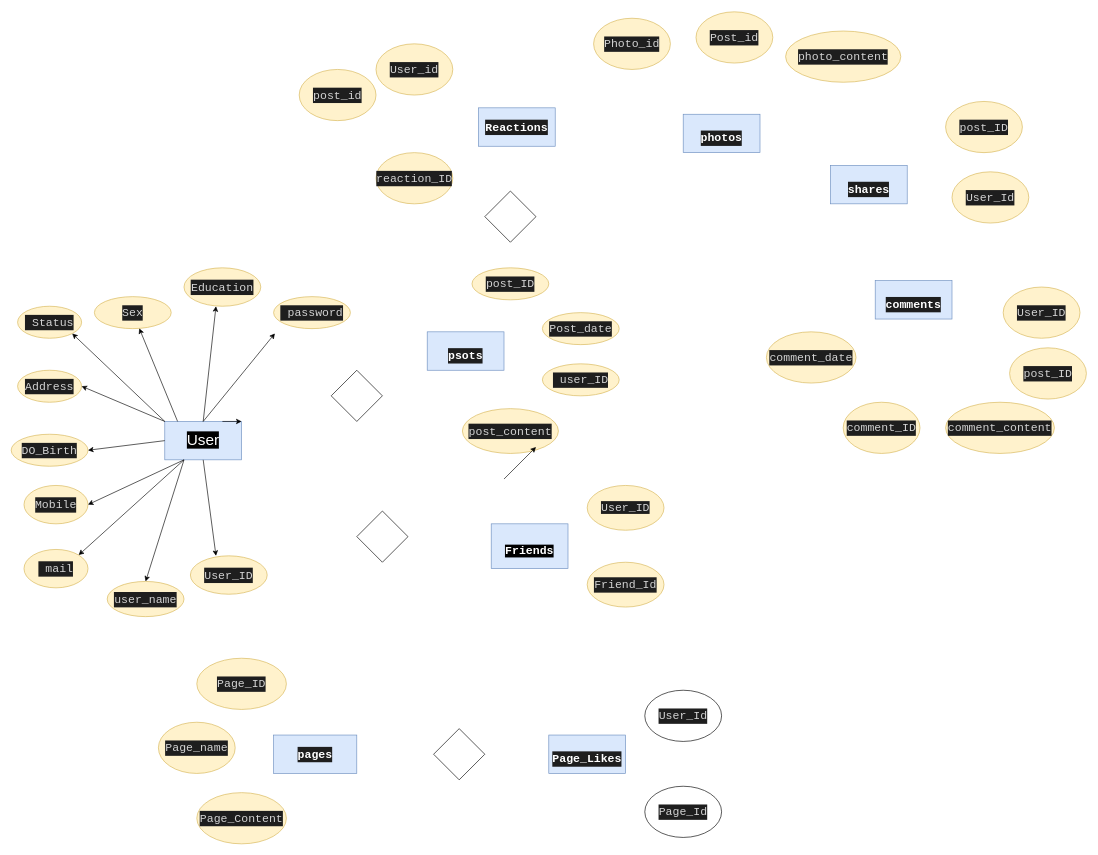
Before: weyou/Untitled Diagram.drawio in elarabyelaidy19/database_of_databases, a draw.io diagram. Source tidied: cells renumbered, new cells numbered last; positions are measured from the earlier drawing's top-left corner, leaving out a move shared by most shapes. Both pictures are drawn from the tidied source at 64%, with x=0, y=0 at pixel (11, 12).
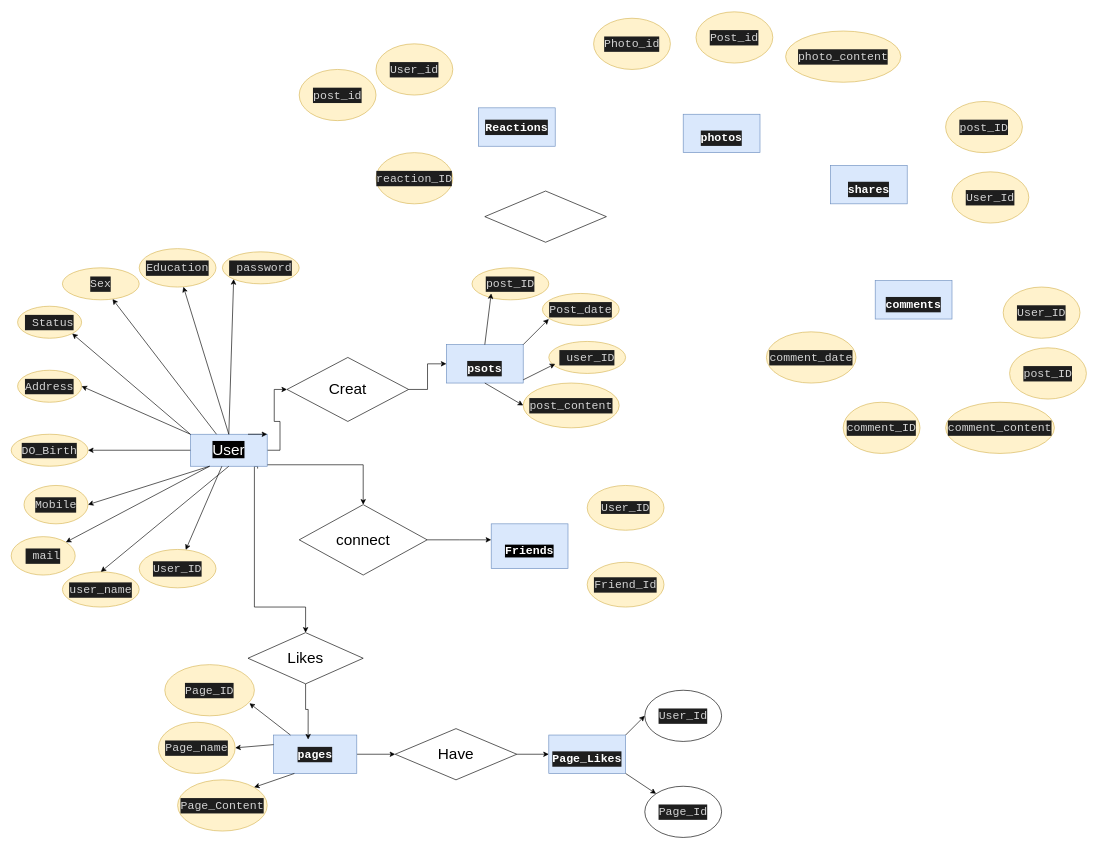
The same page after the edit.

Unchanged cells that the change refers to:
```xml
<mxCell id="3" value="&lt;font color=&quot;#ffffff&quot;&gt;&lt;br&gt;&lt;br&gt;&lt;/font&gt;&lt;div style=&quot;background-color: rgb(30 , 30 , 30) ; font-family: &amp;#34;consolas&amp;#34; , &amp;#34;courier new&amp;#34; , monospace ; font-weight: normal ; font-size: 18px ; line-height: 24px&quot;&gt;&lt;div&gt;&lt;span style=&quot;font-weight: bold&quot;&gt;&lt;font color=&quot;#ffffff&quot;&gt;Page_Likes&lt;/font&gt;&lt;/span&gt;&lt;/div&gt;&lt;/div&gt;&lt;font color=&quot;#ffffff&quot;&gt;&lt;br&gt;&lt;/font&gt;" style="rounded=0;whiteSpace=wrap;html=1;fillColor=#dae8fc;strokeColor=#6c8ebf;" parent="1" vertex="1">
  <mxGeometry x="840" y="1130" width="120" height="60" as="geometry" />
</mxCell>
<mxCell id="6" value="&lt;div style=&quot;background-color: rgb(30 , 30 , 30) ; font-family: &amp;#34;consolas&amp;#34; , &amp;#34;courier new&amp;#34; , monospace ; font-size: 18px ; line-height: 24px&quot;&gt;&lt;span style=&quot;font-weight: bold&quot;&gt;&lt;font color=&quot;#ffffff&quot;&gt;pages&lt;/font&gt;&lt;/span&gt;&lt;/div&gt;" style="rounded=0;whiteSpace=wrap;html=1;fillColor=#dae8fc;strokeColor=#6c8ebf;" parent="1" vertex="1">
  <mxGeometry x="410" y="1130" width="130" height="60" as="geometry" />
</mxCell>
<mxCell id="13" value="&#10;&#10;&lt;div style=&quot;color: rgb(212, 212, 212); background-color: rgb(30, 30, 30); font-family: consolas, &amp;quot;courier new&amp;quot;, monospace; font-weight: normal; font-size: 18px; line-height: 24px;&quot;&gt;&lt;div&gt;&lt;span style=&quot;color: #d4d4d4&quot;&gt;DO_Birth&lt;/span&gt;&lt;/div&gt;&lt;/div&gt;&#10;&#10;" style="ellipse;whiteSpace=wrap;html=1;fillColor=#fff2cc;strokeColor=#d6b656;" parent="1" vertex="1">
  <mxGeometry y="660" width="120" height="50" as="geometry" />
</mxCell>
<mxCell id="29" value="&lt;div style=&quot;color: rgb(212 , 212 , 212) ; background-color: rgb(30 , 30 , 30) ; font-family: &amp;#34;consolas&amp;#34; , &amp;#34;courier new&amp;#34; , monospace ; font-size: 18px ; line-height: 24px&quot;&gt;Page_name&lt;/div&gt;" style="ellipse;whiteSpace=wrap;html=1;fillColor=#fff2cc;strokeColor=#d6b656;" parent="1" vertex="1">
  <mxGeometry x="230" y="1110" width="120" height="80" as="geometry" />
</mxCell>
<mxCell id="31" value="&lt;div style=&quot;color: rgb(212 , 212 , 212) ; background-color: rgb(30 , 30 , 30) ; font-family: &amp;#34;consolas&amp;#34; , &amp;#34;courier new&amp;#34; , monospace ; font-size: 18px ; line-height: 24px&quot;&gt;User_Id&lt;/div&gt;" style="ellipse;whiteSpace=wrap;html=1;" parent="1" vertex="1">
  <mxGeometry x="990" y="1060" width="120" height="80" as="geometry" />
</mxCell>
<mxCell id="32" value="&lt;div style=&quot;color: rgb(212 , 212 , 212) ; background-color: rgb(30 , 30 , 30) ; font-family: &amp;#34;consolas&amp;#34; , &amp;#34;courier new&amp;#34; , monospace ; font-size: 18px ; line-height: 24px&quot;&gt;Page_Id&lt;/div&gt;" style="ellipse;whiteSpace=wrap;html=1;" parent="1" vertex="1">
  <mxGeometry x="990" y="1210" width="120" height="80" as="geometry" />
</mxCell>
```

Change to the diagram source:
```diff
@@
+    <mxCell id="62" style="edgeStyle=orthogonalEdgeStyle;rounded=0;jettySize=auto;html=1;exitX=1;exitY=0.5;exitDx=0;exitDy=0;entryX=0;entryY=0.5;entryDx=0;entryDy=0;" parent="1" edge="1" source="6" target="49">
+      <mxGeometry relative="1" as="geometry" />
+    </mxCell>
@@
+    <mxCell id="63" style="edgeStyle=orthogonalEdgeStyle;rounded=0;jettySize=auto;html=1;entryX=0;entryY=0.5;entryDx=0;entryDy=0;" parent="1" edge="1" source="7" target="47">
+      <mxGeometry relative="1" as="geometry" />
+    </mxCell>
+    <mxCell id="64" style="edgeStyle=orthogonalEdgeStyle;rounded=0;jettySize=auto;html=1;entryX=0.5;entryY=0;entryDx=0;entryDy=0;exitX=0.908;exitY=0.954;exitDx=0;exitDy=0;exitPerimeter=0;" parent="1" edge="1" source="7" target="50">
+      <mxGeometry relative="1" as="geometry" />
+    </mxCell>
+    <mxCell id="65" style="edgeStyle=orthogonalEdgeStyle;rounded=0;jettySize=auto;html=1;exitX=0.875;exitY=1.074;exitDx=0;exitDy=0;entryX=0.5;entryY=0;entryDx=0;entryDy=0;exitPerimeter=0;" parent="1" edge="1" source="7" target="76">
+      <mxGeometry relative="1" as="geometry">
+        <Array as="points">
+          <mxPoint x="385" y="710" />
+          <mxPoint x="380" y="710" />
+          <mxPoint x="380" y="930" />
+          <mxPoint x="460" y="930" />
+        </Array>
+      </mxGeometry>
+    </mxCell>
     <mxCell id="7" value="&lt;font style=&quot;font-size: 24px ; background-color: rgb(0 , 0 , 0)&quot; color=&quot;#ffffff&quot;&gt;User&lt;/font&gt;" style="rounded=0;whiteSpace=wrap;html=1;fillColor=#dae8fc;strokeColor=#6c8ebf;" parent="1" vertex="1">
-      <mxGeometry x="240" y="640" width="120" height="60" as="geometry" />
+      <mxGeometry x="280" y="660" width="120" height="50" as="geometry" />
     </mxCell>
     <mxCell id="8" value="&lt;font color=&quot;#ffffff&quot;&gt;&lt;br&gt;&lt;br&gt;&lt;/font&gt;&lt;div style=&quot;background-color: rgb(30 , 30 , 30) ; font-family: &amp;#34;consolas&amp;#34; , &amp;#34;courier new&amp;#34; , monospace ; font-weight: normal ; font-size: 18px ; line-height: 24px&quot;&gt;&lt;div&gt;&lt;span style=&quot;font-weight: bold&quot;&gt;&lt;font color=&quot;#ffffff&quot;&gt;psots&lt;/font&gt;&lt;/span&gt;&lt;/div&gt;&lt;/div&gt;&lt;font color=&quot;#ffffff&quot;&gt;&lt;br&gt;&lt;/font&gt;" style="rounded=0;whiteSpace=wrap;html=1;fillColor=#dae8fc;strokeColor=#6c8ebf;" parent="1" vertex="1">
-      <mxGeometry x="650" y="500" width="120" height="60" as="geometry" />
+      <mxGeometry x="680" y="520" width="120" height="60" as="geometry" />
     </mxCell>
@@
     <mxCell id="11" value="&#10;&#10;&lt;div style=&quot;color: rgb(212, 212, 212); background-color: rgb(30, 30, 30); font-family: consolas, &amp;quot;courier new&amp;quot;, monospace; font-weight: normal; font-size: 18px; line-height: 24px;&quot;&gt;&lt;div&gt;&lt;span style=&quot;color: #d4d4d4&quot;&gt;user_name&lt;/span&gt;&lt;/div&gt;&lt;/div&gt;&#10;&#10;" style="ellipse;whiteSpace=wrap;html=1;fillColor=#fff2cc;strokeColor=#d6b656;" parent="1" vertex="1">
-      <mxGeometry x="150" y="890" width="120" height="55" as="geometry" />
+      <mxGeometry x="80" y="875" width="120" height="55" as="geometry" />
     </mxCell>
@@
     <mxCell id="14" value="&#10;&#10;&lt;div style=&quot;color: rgb(212, 212, 212); background-color: rgb(30, 30, 30); font-family: consolas, &amp;quot;courier new&amp;quot;, monospace; font-weight: normal; font-size: 18px; line-height: 24px;&quot;&gt;&lt;div&gt;&lt;span style=&quot;color: #d4d4d4&quot;&gt;Education&lt;/span&gt;&lt;/div&gt;&lt;/div&gt;&#10;&#10;" style="ellipse;whiteSpace=wrap;html=1;fillColor=#fff2cc;strokeColor=#d6b656;" parent="1" vertex="1">
-      <mxGeometry x="270" y="400" width="120" height="60" as="geometry" />
+      <mxGeometry x="200" y="370" width="120" height="60" as="geometry" />
     </mxCell>
     <mxCell id="15" value="&#10;&#10;&lt;div style=&quot;color: rgb(212, 212, 212); background-color: rgb(30, 30, 30); font-family: consolas, &amp;quot;courier new&amp;quot;, monospace; font-weight: normal; font-size: 18px; line-height: 24px;&quot;&gt;&lt;div&gt;&lt;span style=&quot;color: #d4d4d4&quot;&gt;&amp;nbsp;password&lt;/span&gt;&lt;/div&gt;&lt;/div&gt;&#10;&#10;" style="ellipse;whiteSpace=wrap;html=1;fillColor=#fff2cc;strokeColor=#d6b656;" parent="1" vertex="1">
-      <mxGeometry x="410" y="445" width="120" height="50" as="geometry" />
+      <mxGeometry x="330" y="375" width="120" height="50" as="geometry" />
     </mxCell>
     <mxCell id="16" value="&#10;&#10;&lt;div style=&quot;color: rgb(212, 212, 212); background-color: rgb(30, 30, 30); font-family: consolas, &amp;quot;courier new&amp;quot;, monospace; font-weight: normal; font-size: 18px; line-height: 24px;&quot;&gt;&lt;div&gt;&lt;span style=&quot;color: #d4d4d4&quot;&gt;Sex&lt;/span&gt;&lt;/div&gt;&lt;/div&gt;&#10;&#10;" style="ellipse;whiteSpace=wrap;html=1;fillColor=#fff2cc;strokeColor=#d6b656;" parent="1" vertex="1">
-      <mxGeometry x="130" y="445" width="120" height="50" as="geometry" />
+      <mxGeometry x="80" y="400" width="120" height="50" as="geometry" />
     </mxCell>
     <mxCell id="17" value="&#10;&#10;&lt;div style=&quot;color: rgb(212, 212, 212); background-color: rgb(30, 30, 30); font-family: consolas, &amp;quot;courier new&amp;quot;, monospace; font-weight: normal; font-size: 18px; line-height: 24px;&quot;&gt;&lt;div&gt;&lt;span style=&quot;color: #d4d4d4&quot;&gt;User_ID&lt;/span&gt;&lt;/div&gt;&lt;/div&gt;&#10;&#10;" style="ellipse;whiteSpace=wrap;html=1;fillColor=#fff2cc;strokeColor=#d6b656;" parent="1" vertex="1">
-      <mxGeometry x="280" y="850" width="120" height="60" as="geometry" />
+      <mxGeometry x="200" y="840" width="120" height="60" as="geometry" />
     </mxCell>
@@
     <mxCell id="19" value="&#10;&#10;&lt;div style=&quot;color: rgb(212, 212, 212); background-color: rgb(30, 30, 30); font-family: consolas, &amp;quot;courier new&amp;quot;, monospace; font-weight: normal; font-size: 18px; line-height: 24px;&quot;&gt;&lt;div&gt;&lt;span style=&quot;color: #d4d4d4&quot;&gt;&amp;nbsp;mail&lt;/span&gt;&lt;/div&gt;&lt;/div&gt;&#10;&#10;" style="ellipse;whiteSpace=wrap;html=1;fillColor=#fff2cc;strokeColor=#d6b656;" parent="1" vertex="1">
-      <mxGeometry x="20" y="840" width="100" height="60" as="geometry" />
+      <mxGeometry y="820" width="100" height="60" as="geometry" />
     </mxCell>
@@
     <mxCell id="21" value="&lt;div style=&quot;color: rgb(212 , 212 , 212) ; background-color: rgb(30 , 30 , 30) ; font-family: &amp;#34;consolas&amp;#34; , &amp;#34;courier new&amp;#34; , monospace ; font-size: 18px ; line-height: 24px&quot;&gt;&lt;div style=&quot;font-family: &amp;#34;consolas&amp;#34; , &amp;#34;courier new&amp;#34; , monospace ; line-height: 24px&quot;&gt;&amp;nbsp;user_ID&lt;/div&gt;&lt;/div&gt;" style="ellipse;whiteSpace=wrap;html=1;fillColor=#fff2cc;strokeColor=#d6b656;" parent="1" vertex="1">
-      <mxGeometry x="830" y="550" width="120" height="50" as="geometry" />
+      <mxGeometry x="840" y="515" width="120" height="50" as="geometry" />
     </mxCell>
@@
     <mxCell id="25" value="&lt;div style=&quot;color: rgb(212 , 212 , 212) ; background-color: rgb(30 , 30 , 30) ; font-family: &amp;#34;consolas&amp;#34; , &amp;#34;courier new&amp;#34; , monospace ; font-size: 18px ; line-height: 24px&quot;&gt;&lt;div style=&quot;font-family: &amp;#34;consolas&amp;#34; , &amp;#34;courier new&amp;#34; , monospace ; line-height: 24px&quot;&gt;post_content&lt;/div&gt;&lt;/div&gt;" style="ellipse;whiteSpace=wrap;html=1;fillColor=#fff2cc;strokeColor=#d6b656;" parent="1" vertex="1">
-      <mxGeometry x="705" y="620" width="150" height="70" as="geometry" />
+      <mxGeometry x="800" y="580" width="150" height="70" as="geometry" />
     </mxCell>
     <mxCell id="26" value="&lt;div style=&quot;color: rgb(212 , 212 , 212) ; background-color: rgb(30 , 30 , 30) ; font-family: &amp;#34;consolas&amp;#34; , &amp;#34;courier new&amp;#34; , monospace ; font-size: 18px ; line-height: 24px&quot;&gt;&lt;div style=&quot;font-family: &amp;#34;consolas&amp;#34; , &amp;#34;courier new&amp;#34; , monospace ; line-height: 24px&quot;&gt;Post_date&lt;/div&gt;&lt;/div&gt;" style="ellipse;whiteSpace=wrap;html=1;fillColor=#fff2cc;strokeColor=#d6b656;" parent="1" vertex="1">
-      <mxGeometry x="830" y="470" width="120" height="50" as="geometry" />
+      <mxGeometry x="830" y="440" width="120" height="50" as="geometry" />
     </mxCell>
@@
     <mxCell id="28" value="&lt;div style=&quot;color: rgb(212 , 212 , 212) ; background-color: rgb(30 , 30 , 30) ; font-family: &amp;#34;consolas&amp;#34; , &amp;#34;courier new&amp;#34; , monospace ; font-size: 18px ; line-height: 24px&quot;&gt;Page_ID&lt;/div&gt;" style="ellipse;whiteSpace=wrap;html=1;fillColor=#fff2cc;strokeColor=#d6b656;" parent="1" vertex="1">
-      <mxGeometry x="290" y="1010" width="140" height="80" as="geometry" />
+      <mxGeometry x="240" y="1020" width="140" height="80" as="geometry" />
     </mxCell>
@@
     <mxCell id="30" value="&lt;div style=&quot;color: rgb(212 , 212 , 212) ; background-color: rgb(30 , 30 , 30) ; font-family: &amp;#34;consolas&amp;#34; , &amp;#34;courier new&amp;#34; , monospace ; font-size: 18px ; line-height: 24px&quot;&gt;Page_Content&lt;/div&gt;" style="ellipse;whiteSpace=wrap;html=1;fillColor=#fff2cc;strokeColor=#d6b656;" parent="1" vertex="1">
-      <mxGeometry x="290" y="1220" width="140" height="80" as="geometry" />
+      <mxGeometry x="260" y="1200" width="140" height="80" as="geometry" />
     </mxCell>
@@
+    <mxCell id="66" style="edgeStyle=orthogonalEdgeStyle;rounded=0;jettySize=auto;html=1;exitX=1;exitY=0.5;exitDx=0;exitDy=0;" parent="1" edge="1" source="47" target="8">
+      <mxGeometry relative="1" as="geometry" />
+    </mxCell>
-    <mxCell id="47" style="rhombus;whiteSpace=wrap;html=1;" parent="1" vertex="1">
-      <mxGeometry x="500" y="560" width="80" height="80" as="geometry" />
+    <mxCell id="47" value="&lt;font style=&quot;font-size: 24px&quot;&gt;Creat&lt;/font&gt;" style="rhombus;whiteSpace=wrap;html=1;" parent="1" vertex="1">
+      <mxGeometry x="431" y="540" width="190" height="100" as="geometry" />
     </mxCell>
     <mxCell id="48" style="rhombus;whiteSpace=wrap;html=1;" parent="1" vertex="1">
-      <mxGeometry x="740" y="280" width="80" height="80" as="geometry" />
+      <mxGeometry x="740" y="280" width="190" height="80" as="geometry" />
     </mxCell>
+    <mxCell id="67" style="edgeStyle=orthogonalEdgeStyle;rounded=0;jettySize=auto;html=1;exitX=1;exitY=0.5;exitDx=0;exitDy=0;entryX=0;entryY=0.5;entryDx=0;entryDy=0;" parent="1" edge="1" source="49" target="3">
+      <mxGeometry relative="1" as="geometry" />
+    </mxCell>
-    <mxCell id="49" style="rhombus;whiteSpace=wrap;html=1;" parent="1" vertex="1">
-      <mxGeometry x="660" y="1120" width="80" height="80" as="geometry" />
+    <mxCell id="49" value="&lt;font style=&quot;font-size: 24px&quot;&gt;Have&lt;/font&gt;" style="rhombus;whiteSpace=wrap;html=1;" parent="1" vertex="1">
+      <mxGeometry x="600" y="1120" width="190" height="80" as="geometry" />
     </mxCell>
+    <mxCell id="68" style="edgeStyle=orthogonalEdgeStyle;rounded=0;jettySize=auto;html=1;" parent="1" edge="1" source="50">
+      <mxGeometry relative="1" as="geometry">
+        <mxPoint x="750" y="825" as="targetPoint" />
+      </mxGeometry>
+    </mxCell>
-    <mxCell id="50" style="rhombus;whiteSpace=wrap;html=1;" parent="1" vertex="1">
-      <mxGeometry x="540" y="780" width="80" height="80" as="geometry" />
+    <mxCell id="50" value="&lt;font style=&quot;font-size: 24px&quot;&gt;connect&lt;/font&gt;" style="rhombus;whiteSpace=wrap;html=1;" parent="1" vertex="1">
+      <mxGeometry x="450" y="770" width="200" height="110" as="geometry" />
     </mxCell>
-    <mxCell id="51" style="endArrow=classic;html=1;" parent="1" edge="1">
+    <mxCell id="51" style="endArrow=classic;html=1;exitX=0.5;exitY=0;exitDx=0;exitDy=0;" parent="1" edge="1" source="8">
       <mxGeometry relative="1" as="geometry">
-        <mxPoint x="770" y="730" as="sourcePoint" />
-        <mxPoint x="820" y="680" as="targetPoint" />
+        <mxPoint x="750" y="440" as="targetPoint" />
       </mxGeometry>
     </mxCell>
-    <mxCell id="52" style="endArrow=classic;html=1;" parent="1" edge="1" target="16">
-      <mxGeometry relative="1" as="geometry">
-        <mxPoint x="260" y="640" as="sourcePoint" />
-      </mxGeometry>
+    <mxCell id="52" style="endArrow=classic;html=1;" parent="1" edge="1" source="7" target="16">
+      <mxGeometry relative="1" as="geometry" />
     </mxCell>
@@
-    <mxCell id="55" style="endArrow=classic;html=1;entryX=1;entryY=0.5;entryDx=0;entryDy=0;" parent="1" edge="1" target="13">
-      <mxGeometry relative="1" as="geometry">
-        <mxPoint x="240" y="670" as="sourcePoint" />
-      </mxGeometry>
+    <mxCell id="55" style="endArrow=classic;html=1;entryX=1;entryY=0.5;entryDx=0;entryDy=0;" parent="1" edge="1" source="7" target="13">
+      <mxGeometry relative="1" as="geometry" />
     </mxCell>
@@
-    <mxCell id="58" style="endArrow=classic;html=1;entryX=0.5;entryY=0;entryDx=0;entryDy=0;" parent="1" edge="1" target="11">
-      <mxGeometry relative="1" as="geometry">
-        <mxPoint x="270" y="700" as="sourcePoint" />
-      </mxGeometry>
+    <mxCell id="58" style="endArrow=classic;html=1;entryX=0.5;entryY=0;entryDx=0;entryDy=0;exitX=0.5;exitY=1;exitDx=0;exitDy=0;" parent="1" edge="1" source="7" target="11">
+      <mxGeometry relative="1" as="geometry" />
     </mxCell>
-    <mxCell id="59" style="endArrow=classic;html=1;" parent="1" edge="1">
-      <mxGeometry relative="1" as="geometry">
-        <mxPoint x="300" y="640" as="sourcePoint" />
-        <mxPoint x="320" y="460" as="targetPoint" />
-      </mxGeometry>
+    <mxCell id="59" style="endArrow=classic;html=1;exitX=0.5;exitY=0;exitDx=0;exitDy=0;" parent="1" edge="1" source="7" target="14">
+      <mxGeometry relative="1" as="geometry" />
     </mxCell>
-    <mxCell id="60" style="endArrow=classic;html=1;exitX=0.5;exitY=0;exitDx=0;exitDy=0;entryX=0.017;entryY=1.15;entryDx=0;entryDy=0;entryPerimeter=0;" parent="1" edge="1" source="7" target="15">
+    <mxCell id="60" style="endArrow=classic;html=1;exitX=0.5;exitY=0;exitDx=0;exitDy=0;entryX=0;entryY=1;entryDx=0;entryDy=0;" parent="1" edge="1" source="7" target="15">
       <mxGeometry relative="1" as="geometry" />
     </mxCell>
-    <mxCell id="61" style="endArrow=classic;html=1;exitX=0.5;exitY=1;exitDx=0;exitDy=0;" parent="1" edge="1" source="7">
-      <mxGeometry relative="1" as="geometry">
-        <mxPoint x="320" y="850" as="targetPoint" />
-      </mxGeometry>
+    <mxCell id="61" style="endArrow=classic;html=1;" parent="1" edge="1" source="7" target="17">
+      <mxGeometry relative="1" as="geometry" />
     </mxCell>
+    <mxCell id="69" style="endArrow=classic;html=1;exitX=1;exitY=0;exitDx=0;exitDy=0;" parent="1" edge="1" source="8">
+      <mxGeometry relative="1" as="geometry">
+        <mxPoint x="840" y="480" as="targetPoint" />
+      </mxGeometry>
+    </mxCell>
+    <mxCell id="70" style="endArrow=classic;html=1;" parent="1" edge="1">
+      <mxGeometry relative="1" as="geometry">
+        <mxPoint x="800" y="575" as="sourcePoint" />
+        <mxPoint x="850" y="550" as="targetPoint" />
+      </mxGeometry>
+    </mxCell>
+    <mxCell id="71" style="endArrow=classic;html=1;entryX=0;entryY=0.5;entryDx=0;entryDy=0;exitX=0.5;exitY=1;exitDx=0;exitDy=0;" parent="1" edge="1" source="8" target="25">
+      <mxGeometry relative="1" as="geometry" />
+    </mxCell>
+    <mxCell id="72" style="endArrow=classic;html=1;entryX=0.945;entryY=0.754;entryDx=0;entryDy=0;entryPerimeter=0;" parent="1" edge="1" source="6" target="28">
+      <mxGeometry relative="1" as="geometry" />
+    </mxCell>
+    <mxCell id="73" style="endArrow=classic;html=1;exitX=0;exitY=0.25;exitDx=0;exitDy=0;entryX=1;entryY=0.5;entryDx=0;entryDy=0;" parent="1" edge="1" source="6" target="29">
+      <mxGeometry relative="1" as="geometry" />
+    </mxCell>
+    <mxCell id="74" style="endArrow=classic;html=1;entryX=1;entryY=0;entryDx=0;entryDy=0;exitX=0.25;exitY=1;exitDx=0;exitDy=0;" parent="1" edge="1" source="6" target="30">
+      <mxGeometry relative="1" as="geometry" />
+    </mxCell>
+    <mxCell id="75" style="edgeStyle=orthogonalEdgeStyle;rounded=0;jettySize=auto;html=1;exitX=0.5;exitY=1;exitDx=0;exitDy=0;entryX=0.415;entryY=0.117;entryDx=0;entryDy=0;entryPerimeter=0;" parent="1" edge="1" source="76" target="6">
+      <mxGeometry relative="1" as="geometry" />
+    </mxCell>
+    <mxCell id="76" value="&lt;font style=&quot;font-size: 24px&quot;&gt;Likes&lt;/font&gt;" style="rhombus;whiteSpace=wrap;html=1;" parent="1" vertex="1">
+      <mxGeometry x="370" y="970" width="180" height="80" as="geometry" />
+    </mxCell>
+    <mxCell id="77" style="endArrow=classic;html=1;entryX=0;entryY=0.5;entryDx=0;entryDy=0;exitX=1;exitY=0;exitDx=0;exitDy=0;" parent="1" edge="1" source="3" target="31">
+      <mxGeometry relative="1" as="geometry" />
+    </mxCell>
+    <mxCell id="78" style="endArrow=classic;html=1;exitX=1;exitY=1;exitDx=0;exitDy=0;entryX=0;entryY=0;entryDx=0;entryDy=0;" parent="1" edge="1" source="3" target="32">
+      <mxGeometry relative="1" as="geometry" />
+    </mxCell>
```
